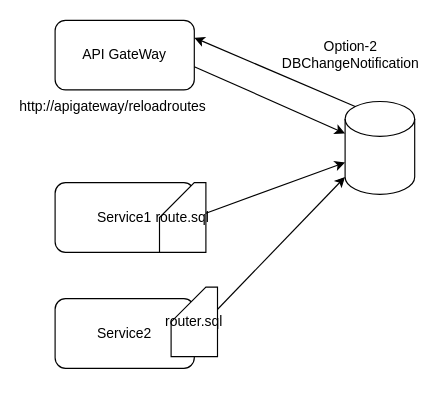
Above: Untitled Diagram.drawio in mimaya/drawio (draw.io), before the change. Source tidied: cells renumbered, new cells numbered last; positions are measured from the earlier drawing's top-left corner, leaving out a move shared by most shapes. Both pictures are drawn from the tidied source at 116%, with x=0, y=0 at pixel (55, 20).
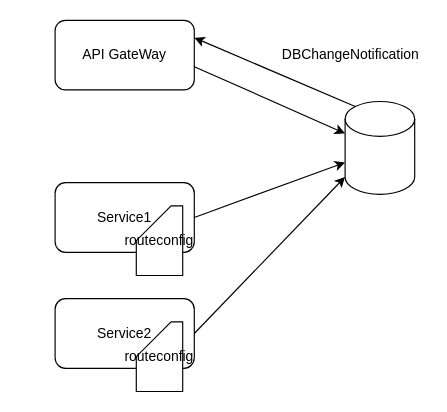
The same page after the edit.

The edit, as a diff of the source:
```diff
@@
 <mxGraphModel>
   <root>
     <mxCell id="0" />
     <mxCell id="1" parent="0" />
     <mxCell id="2" value="API GateWay" style="rounded=1;whiteSpace=wrap;html=1;" parent="1" vertex="1">
       <mxGeometry width="120" height="60" as="geometry" />
     </mxCell>
     <mxCell id="3" value="Service1" style="rounded=1;whiteSpace=wrap;html=1;" parent="1" vertex="1">
       <mxGeometry y="140" width="120" height="60" as="geometry" />
     </mxCell>
     <mxCell id="4" style="shape=cylinder3;whiteSpace=wrap;html=1;boundedLbl=1;backgroundOutline=1;size=15;" parent="1" vertex="1">
       <mxGeometry x="250" y="70" width="60" height="80" as="geometry" />
     </mxCell>
     <mxCell id="5" value="Service2" style="rounded=1;whiteSpace=wrap;html=1;" parent="1" vertex="1">
       <mxGeometry y="240" width="120" height="60" as="geometry" />
     </mxCell>
     <mxCell id="6" style="endArrow=classic;html=1;rounded=0;entryX=0;entryY=0;entryDx=0;entryDy=27.5;entryPerimeter=0;" parent="1" edge="1" target="4">
       <mxGeometry relative="1" as="geometry">
         <mxPoint x="120" y="40" as="sourcePoint" />
       </mxGeometry>
     </mxCell>
     <mxCell id="7" style="endArrow=classic;html=1;rounded=0;entryX=0;entryY=0;entryDx=0;entryDy=52.5;entryPerimeter=0;" parent="1" edge="1" target="4">
       <mxGeometry relative="1" as="geometry">
         <mxPoint x="120" y="170" as="sourcePoint" />
       </mxGeometry>
     </mxCell>
     <mxCell id="8" style="endArrow=classic;html=1;rounded=0;exitX=1;exitY=0.5;exitDx=0;exitDy=0;entryX=0;entryY=1;entryDx=0;entryDy=-15;entryPerimeter=0;" parent="1" edge="1" source="5" target="4">
       <mxGeometry relative="1" as="geometry" />
     </mxCell>
-    <mxCell id="9" value="route.sql" style="shape=card;whiteSpace=wrap;html=1;" parent="1" vertex="1">
-      <mxGeometry x="90" y="140" width="40" height="60" as="geometry" />
+    <mxCell id="9" value="routeconfig" style="shape=card;whiteSpace=wrap;html=1;" parent="1" vertex="1">
+      <mxGeometry x="70" y="160" width="40" height="60" as="geometry" />
     </mxCell>
-    <mxCell id="10" value="router.sql" style="shape=card;whiteSpace=wrap;html=1;" parent="1" vertex="1">
-      <mxGeometry x="100" y="230" width="40" height="60" as="geometry" />
+    <mxCell id="10" value="routeconfig" style="shape=card;whiteSpace=wrap;html=1;" parent="1" vertex="1">
+      <mxGeometry x="70" y="260" width="40" height="60" as="geometry" />
     </mxCell>
-    <mxCell id="11" value="http://apigateway/reloadroutes" style="text;html=1;strokeColor=none;fillColor=none;align=center;verticalAlign=middle;whiteSpace=wrap;rounded=0;" parent="1" vertex="1">
-      <mxGeometry x="20" y="60" width="60" height="30" as="geometry" />
-    </mxCell>
     <mxCell id="12" style="endArrow=classic;html=1;rounded=0;exitX=0.145;exitY=0;exitDx=0;exitDy=4.35;exitPerimeter=0;entryX=1;entryY=0.25;entryDx=0;entryDy=0;" parent="1" edge="1" source="4" target="2">
       <mxGeometry relative="1" as="geometry" />
     </mxCell>
-    <mxCell id="13" value="Option-2&lt;br&gt;DBChangeNotification" style="text;html=1;strokeColor=none;fillColor=none;align=center;verticalAlign=middle;whiteSpace=wrap;rounded=0;" parent="1" vertex="1">
+    <mxCell id="13" value="DBChangeNotification" style="text;html=1;strokeColor=none;fillColor=none;align=center;verticalAlign=middle;whiteSpace=wrap;rounded=0;" parent="1" vertex="1">
       <mxGeometry x="190" y="15" width="130" height="30" as="geometry" />
     </mxCell>
   </root>
 </mxGraphModel>
```
